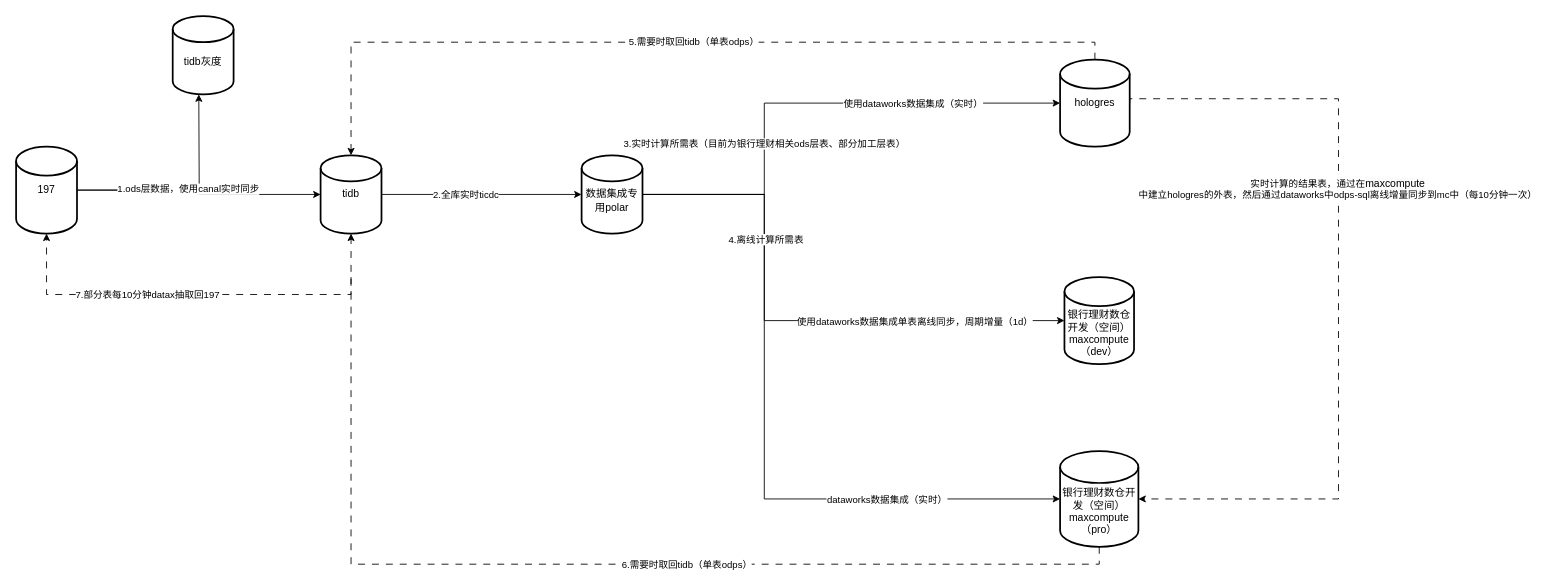
liujiansgit/images- keeps this draw.io diagram as 基础数据流向.drawio. Above is the earlier version. Source tidied: cells renumbered, new cells numbered last; positions are measured from the earlier drawing's top-left corner, leaving out a move shared by most shapes. Both pictures are drawn from the tidied source at 87%, with x=0, y=0 at pixel (16, 16).
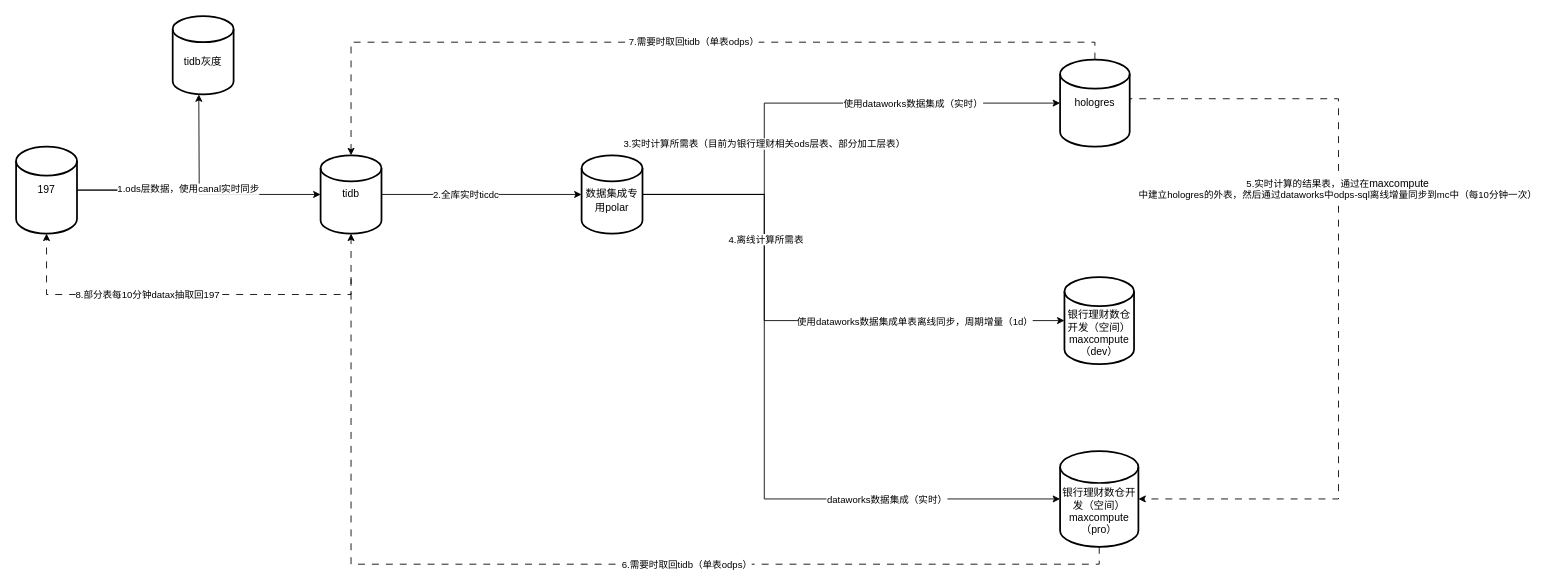
After the change.

Commit message:
更新基础数据流向.drawio

The change refers to these unchanged cells:
```xml
<mxCell id="14" style="edgeStyle=orthogonalEdgeStyle;rounded=0;jettySize=auto;html=1;entryX=1;entryY=0.5;entryDx=0;entryDy=0;entryPerimeter=0;exitX=1;exitY=0.5;exitDx=0;exitDy=0;exitPerimeter=0;dashed=1;dashPattern=8 8;" parent="1" edge="1" source="6" target="10">
  <mxGeometry relative="1" as="geometry">
    <Array as="points">
      <mxPoint x="1520" y="95" />
      <mxPoint x="1520" y="555" />
    </Array>
  </mxGeometry>
</mxCell>
<mxCell id="20" style="edgeStyle=orthogonalEdgeStyle;rounded=0;jettySize=auto;html=1;entryX=0.5;entryY=0;entryDx=0;entryDy=0;entryPerimeter=0;dashed=1;dashPattern=8 8;" parent="1" edge="1" source="6" target="4">
  <mxGeometry relative="1" as="geometry">
    <Array as="points">
      <mxPoint x="1240" y="30" />
      <mxPoint x="385" y="30" />
    </Array>
  </mxGeometry>
</mxCell>
<mxCell id="27" style="edgeStyle=orthogonalEdgeStyle;rounded=0;jettySize=auto;html=1;entryX=0.5;entryY=1;entryDx=0;entryDy=0;entryPerimeter=0;dashed=1;dashPattern=8 8;" parent="1" edge="1" target="17">
  <mxGeometry relative="1" as="geometry">
    <mxPoint x="385" y="300" as="sourcePoint" />
    <Array as="points">
      <mxPoint x="385" y="320" />
      <mxPoint x="35" y="320" />
    </Array>
  </mxGeometry>
</mxCell>
```

What changed in the source:
```diff
@@
-    <mxCell id="15" value="实时计算的结果表，通过在&lt;span style=&quot;font-size: 12px; text-wrap: wrap; background-color: rgb(251, 251, 251);&quot;&gt;maxcompute&lt;/span&gt;中建立hologres的外表，然后通过dataworks中odps-sql离线增量同步到mc中（每10分钟一次）" style="edgeLabel;html=1;align=center;verticalAlign=middle;" parent="14" vertex="1">
+    <mxCell id="15" value="5.实时计算的结果表，通过在&lt;span style=&quot;font-size: 12px; text-wrap: wrap; background-color: rgb(251, 251, 251);&quot;&gt;maxcompute&lt;/span&gt;中建立hologres的外表，然后通过dataworks中odps-sql离线增量同步到mc中（每10分钟一次）" style="edgeLabel;html=1;align=center;verticalAlign=middle;" parent="14" vertex="1">
       <mxGeometry x="-0.08" y="-2" relative="1" as="geometry">
         <mxPoint y="-82" as="offset" />
       </mxGeometry>
     </mxCell>
@@
-    <mxCell id="21" value="5.需要时取回tidb（单表odps）" style="edgeLabel;html=1;align=center;verticalAlign=middle;" parent="20" vertex="1">
+    <mxCell id="21" value="7.需要时取回tidb（单表odps）" style="edgeLabel;html=1;align=center;verticalAlign=middle;" parent="20" vertex="1">
       <mxGeometry x="-0.04" relative="1" as="geometry">
         <mxPoint y="-1" as="offset" />
       </mxGeometry>
     </mxCell>
@@
-    <mxCell id="28" value="7.部分表每10分钟datax抽取回197" style="edgeLabel;html=1;align=center;verticalAlign=middle;" parent="27" vertex="1">
+    <mxCell id="28" value="8.部分表每10分钟datax抽取回197" style="edgeLabel;html=1;align=center;verticalAlign=middle;" parent="27" vertex="1">
       <mxGeometry x="0.16" y="-1" relative="1" as="geometry" />
     </mxCell>
```
